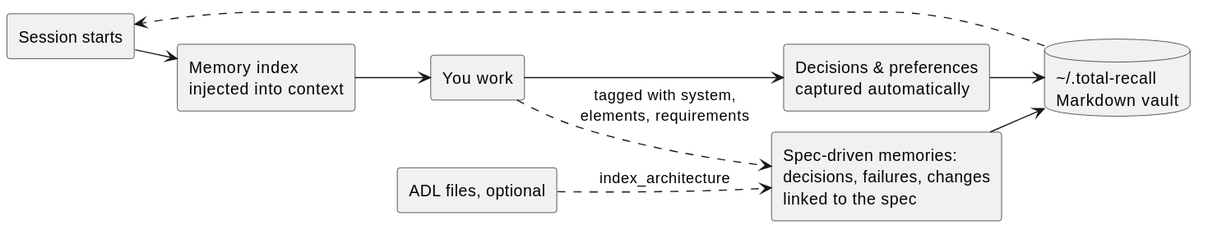
This is docs/diagrams/session-loop-en.svg from adrian-balaban/total-recall, a PlantUML export, as it was before one commit.
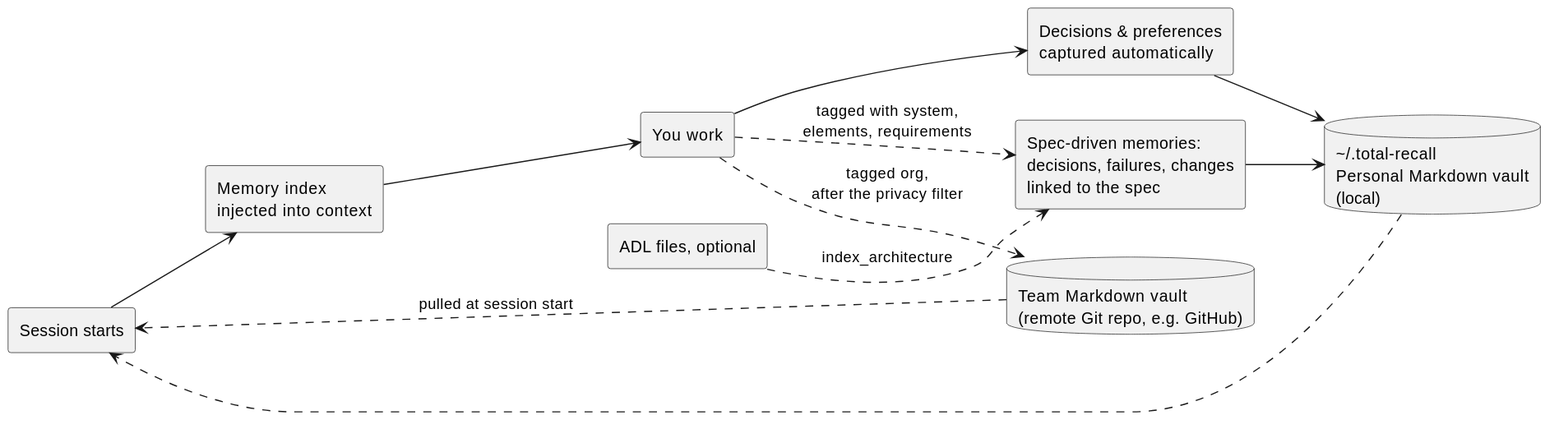
Above is the later version.

What changed in the source:
```diff
@@ -1,5 +1,4 @@
 @startuml
-!pragma layout smetana
 left to right direction
 skinparam shadowing false
 skinparam defaultFontName Helvetica
@@ -8,7 +7,8 @@
 rectangle "Memory index\ninjected into context" as B
 rectangle "You work" as C
 rectangle "Decisions & preferences\ncaptured automatically" as D
-database "<U+007E>/.total-recall\nMarkdown vault" as E
+database "<U+007E>/.total-recall\nPersonal Markdown vault\n(local)" as E
+database "Team Markdown vault\n(remote Git repo, e.g. GitHub)" as R
 rectangle "Spec-driven memories:\ndecisions, failures, changes\nlinked to the spec" as G
 rectangle "ADL files, optional" as Hh
 A --> B
@@ -18,5 +18,7 @@
 E ..> A
 C ..> G : tagged with system,\nelements, requirements
 G --> E
+C ..> R : tagged org,\nafter the privacy filter
+R ..> A : pulled at session start
 Hh ..> G : index_architecture
 @enduml
```
